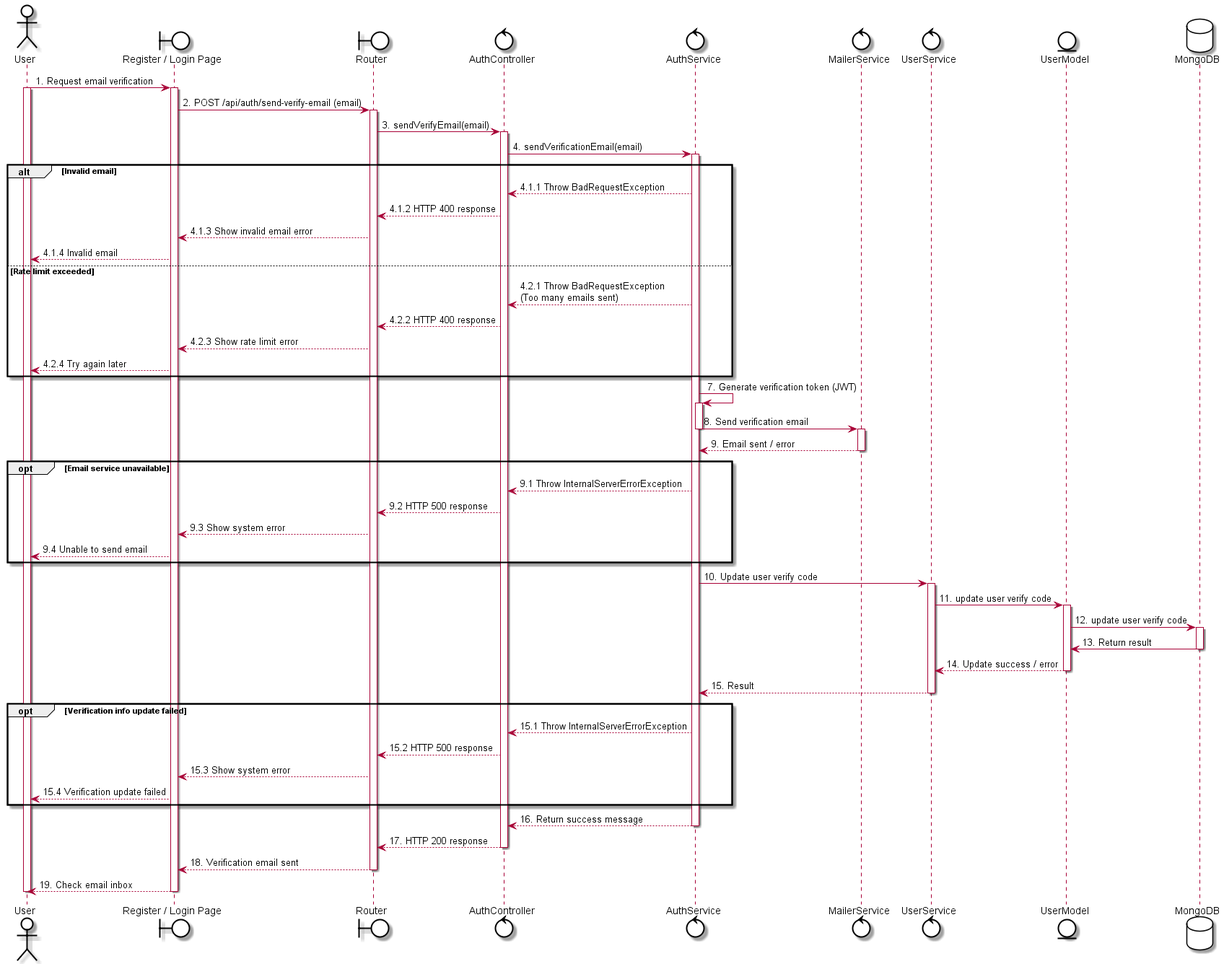
The PlantUML diagram out/uc3 - Send Email Verification/uc3 - Send Email Verification.png in LGK1412/sequence_sep490_01, before a commit. Its diagram source:
```plantuml
@startuml
skinparam {
    ActorBackgroundColor #FFFFFF
    BoundaryBackgroundColor #FFFFFF
    ControlBackgroundColor #FFFFFF
    EntityBackgroundColor #FFFFFF
    DatabaseBackgroundColor #FFFFFF

    ActorBorderColor black
    BoundaryBorderColor black
    ControlBorderColor black
    EntityBorderColor black
    DatabaseBorderColor black
}

actor User
boundary "Register / Login Page" as UI
boundary Router
control AuthController
control AuthService
control MailerService
control UserService
entity UserModel
database MongoDB

User -> UI: 1. Request email verification
activate User
activate UI

UI -> Router: 2. POST /api/auth/send-verify-email (email)
activate Router

Router -> AuthController: 3. sendVerifyEmail(email)
activate AuthController

AuthController -> AuthService: 4. sendVerificationEmail(email)

activate AuthService

alt Invalid email
    AuthService --> AuthController: 4.1.1 Throw BadRequestException
    AuthController --> Router: 4.1.2 HTTP 400 response
    Router --> UI: 4.1.3 Show invalid email error
    UI --> User: 4.1.4 Invalid email
else Rate limit exceeded
    AuthService --> AuthController: 4.2.1 Throw BadRequestException\n(Too many emails sent)
    AuthController --> Router: 4.2.2 HTTP 400 response
    Router --> UI: 4.2.3 Show rate limit error
    UI --> User: 4.2.4 Try again later
end

AuthService -> AuthService: 7. Generate verification token (JWT)
activate AuthService
AuthService -> MailerService: 8. Send verification email
deactivate AuthService
activate MailerService

MailerService --> AuthService: 9. Email sent / error
deactivate MailerService

opt Email service unavailable
    AuthService --> AuthController: 9.1 Throw InternalServerErrorException
    AuthController --> Router: 9.2 HTTP 500 response
    Router --> UI: 9.3 Show system error
    UI --> User: 9.4 Unable to send email
end

AuthService -> UserService: 10. Update user verify code
activate UserService
UserService -> UserModel: 11. update user verify code
activate UserModel
UserModel -> MongoDB: 12. update user verify code
activate MongoDB
MongoDB -> UserModel: 13. Return result
deactivate MongoDB
UserModel --> UserService: 14. Update success / error
deactivate UserModel
UserService --> AuthService: 15. Result
deactivate UserService

opt Verification info update failed
    AuthService --> AuthController: 15.1 Throw InternalServerErrorException
    AuthController --> Router: 15.2 HTTP 500 response
    Router --> UI: 15.3 Show system error
    UI --> User: 15.4 Verification update failed
end

AuthService --> AuthController: 16. Return success message
deactivate AuthService

AuthController --> Router: 17. HTTP 200 response
deactivate AuthController

Router --> UI: 18. Verification email sent
deactivate Router

UI --> User: 19. Check email inbox
deactivate UI
deactivate User
@enduml
```
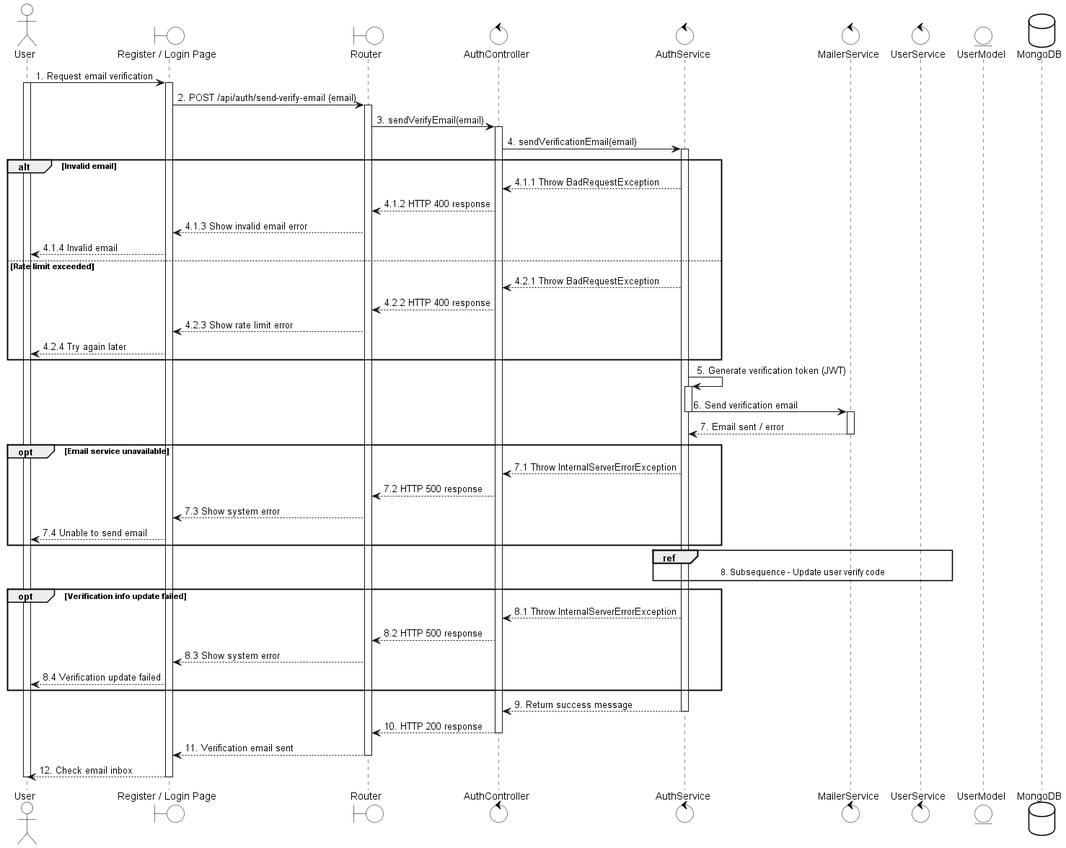
Above is the later version.

What changed in the source:
```diff
@@ -43,58 +43,49 @@
     Router --> UI: 4.1.3 Show invalid email error
     UI --> User: 4.1.4 Invalid email
 else Rate limit exceeded
-    AuthService --> AuthController: 4.2.1 Throw BadRequestException\n(Too many emails sent)
+    AuthService --> AuthController: 4.2.1 Throw BadRequestException
     AuthController --> Router: 4.2.2 HTTP 400 response
     Router --> UI: 4.2.3 Show rate limit error
     UI --> User: 4.2.4 Try again later
 end
 
-AuthService -> AuthService: 7. Generate verification token (JWT)
+AuthService -> AuthService: 5. Generate verification token (JWT)
 activate AuthService
-AuthService -> MailerService: 8. Send verification email
+AuthService -> MailerService: 6. Send verification email
 deactivate AuthService
 activate MailerService
 
-MailerService --> AuthService: 9. Email sent / error
+MailerService --> AuthService: 7. Email sent / error
 deactivate MailerService
 
 opt Email service unavailable
-    AuthService --> AuthController: 9.1 Throw InternalServerErrorException
-    AuthController --> Router: 9.2 HTTP 500 response
-    Router --> UI: 9.3 Show system error
-    UI --> User: 9.4 Unable to send email
+    AuthService --> AuthController: 7.1 Throw InternalServerErrorException
+    AuthController --> Router: 7.2 HTTP 500 response
+    Router --> UI: 7.3 Show system error
+    UI --> User: 7.4 Unable to send email
 end
 
-AuthService -> UserService: 10. Update user verify code
-activate UserService
-UserService -> UserModel: 11. update user verify code
-activate UserModel
-UserModel -> MongoDB: 12. update user verify code
-activate MongoDB
-MongoDB -> UserModel: 13. Return result
-deactivate MongoDB
-UserModel --> UserService: 14. Update success / error
-deactivate UserModel
-UserService --> AuthService: 15. Result
-deactivate UserService
+ref over AuthService, UserService
+    8. Subsequence - Update user verify code
+end ref
 
 opt Verification info update failed
-    AuthService --> AuthController: 15.1 Throw InternalServerErrorException
-    AuthController --> Router: 15.2 HTTP 500 response
-    Router --> UI: 15.3 Show system error
-    UI --> User: 15.4 Verification update failed
+    AuthService --> AuthController: 8.1 Throw InternalServerErrorException
+    AuthController --> Router: 8.2 HTTP 500 response
+    Router --> UI: 8.3 Show system error
+    UI --> User: 8.4 Verification update failed
 end
 
-AuthService --> AuthController: 16. Return success message
+AuthService --> AuthController: 9. Return success message
 deactivate AuthService
 
-AuthController --> Router: 17. HTTP 200 response
+AuthController --> Router: 10. HTTP 200 response
 deactivate AuthController
 
-Router --> UI: 18. Verification email sent
+Router --> UI: 11. Verification email sent
 deactivate Router
 
-UI --> User: 19. Check email inbox
+UI --> User: 12. Check email inbox
 deactivate UI
 deactivate User
 @enduml
```
